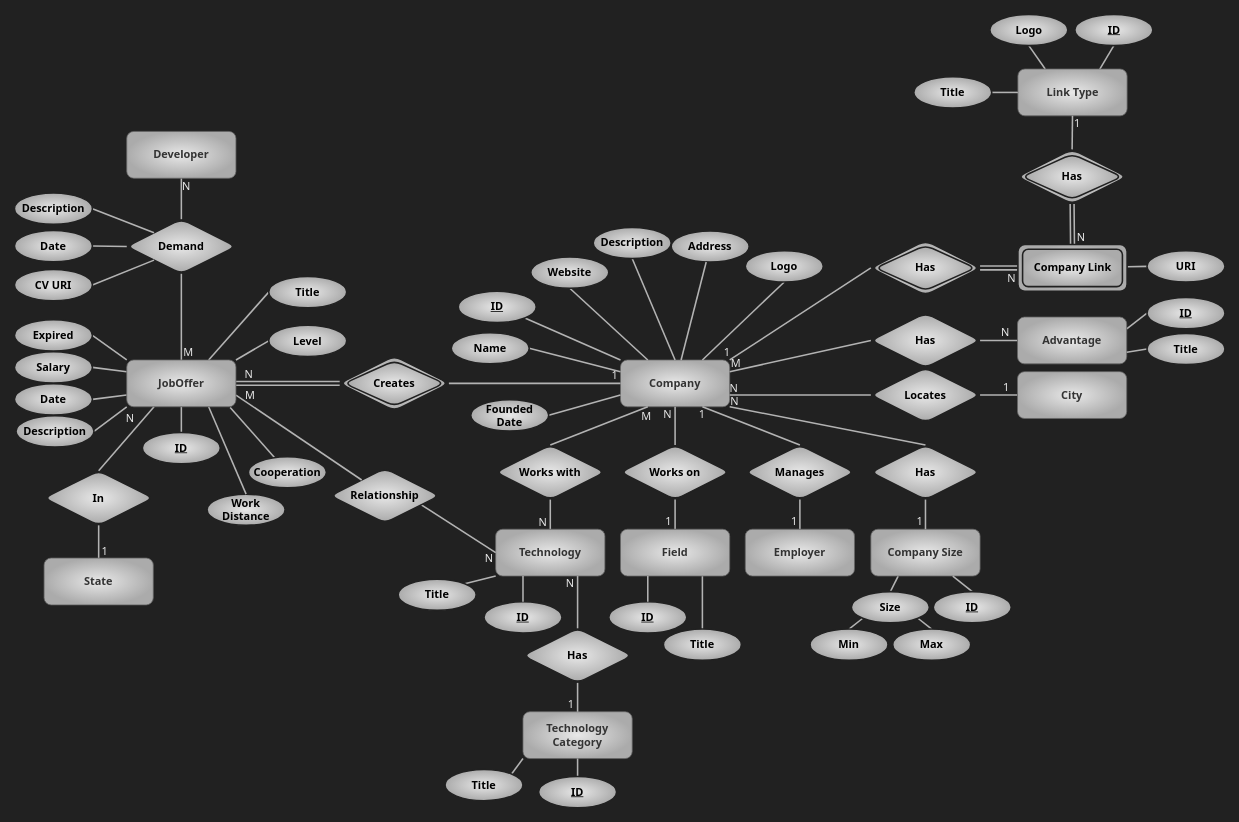
Above: page "magnet" (2 of 5) of assets/er.drawio in kntu-db/quera-norm (draw.io), before the change. Source tidied: cells renumbered, new cells numbered last; positions are measured from the earlier drawing's top-left corner, leaving out a move shared by most shapes. Both pictures are drawn from the tidied source at 78%, with x=0, y=0 at pixel (14, 14).
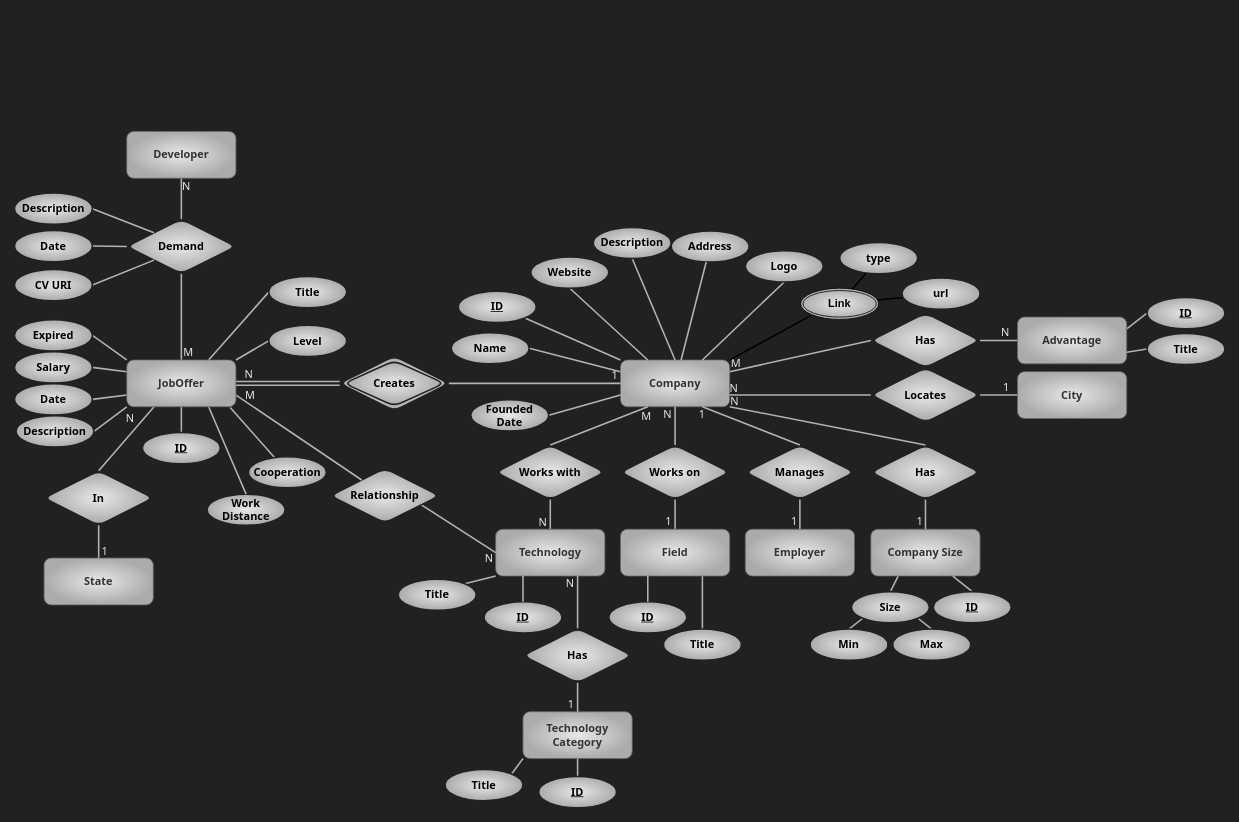
After the change.

Commit message (it also covers changes not shown here):
Link type is enum so linkType entity should be removed

The change refers to these unchanged cells:
```xml
<mxCell id="23" value="Company" style="whiteSpace=wrap;html=1;align=center;fontFamily=Tahoma;rounded=1;fillColor=#E8E8E8;strokeColor=#666666;fontColor=#333333;gradientColor=#ABABAB;gradientDirection=radial;fontSize=14;labelBackgroundColor=none;fontStyle=1;" parent="1" vertex="1">
  <mxGeometry x="777" y="443" width="140" height="60" as="geometry" />
</mxCell>
```

Diff of the diagram source:
```diff
@@
-    <mxCell id="43" style="endArrow=none;html=1;rounded=0;shadow=0;sketch=0;fontFamily=Tahoma;fontSize=14;fontColor=#E8E8E8;strokeWidth=2;fillColor=none;strokeColor=#B3B3B3;entryX=1;entryY=0;entryDx=0;entryDy=0;exitX=0;exitY=0.5;exitDx=0;exitDy=0;" parent="1" edge="1" target="23">
-      <mxGeometry relative="1" as="geometry">
-        <mxPoint x="1098" y="325" as="sourcePoint" />
-      </mxGeometry>
-    </mxCell>
-    <mxCell id="44" value="1" style="html=1;align=right;verticalAlign=bottom;rounded=1;shadow=0;glass=0;labelBackgroundColor=none;labelBorderColor=none;fontFamily=Tahoma;fontSize=14;fontColor=#E8E8E8;strokeColor=#3D3D3D;strokeWidth=1;fillColor=#E8E8E8;gradientColor=#ABABAB;gradientDirection=radial;" parent="43" vertex="1">
-      <mxGeometry x="1" relative="1" as="geometry">
-        <mxPoint x="1" y="1" as="offset" />
-      </mxGeometry>
-    </mxCell>
-    <mxCell id="45" style="endArrow=none;html=1;rounded=1;fontFamily=Tahoma;fontSize=14;fontColor=#000000;strokeWidth=2;sketch=0;shadow=0;fillColor=none;strokeColor=#B3B3B3;entryX=0;entryY=0.5;entryDx=0;entryDy=0;" parent="1" edge="1" source="132" target="48">
-      <mxGeometry relative="1" as="geometry" />
-    </mxCell>
-    <mxCell id="46" style="endArrow=none;html=1;rounded=0;shadow=0;sketch=0;fontFamily=Tahoma;fontSize=14;fontColor=#E8E8E8;strokeWidth=2;fillColor=none;strokeColor=#B3B3B3;exitX=1;exitY=0.5;exitDx=0;exitDy=0;entryX=0;entryY=0.5;entryDx=0;entryDy=0;shape=link;" parent="1" edge="1" source="134" target="132">
-      <mxGeometry relative="1" as="geometry" />
-    </mxCell>
-    <mxCell id="47" value="N" style="html=1;align=right;verticalAlign=bottom;rounded=1;shadow=0;glass=0;labelBackgroundColor=none;labelBorderColor=none;fontFamily=Tahoma;fontSize=14;fontColor=#E8E8E8;strokeColor=#3D3D3D;strokeWidth=1;fillColor=#E8E8E8;gradientColor=#ABABAB;gradientDirection=radial;" parent="46" vertex="1">
-      <mxGeometry x="1" relative="1" as="geometry">
-        <mxPoint x="-3" y="23" as="offset" />
-      </mxGeometry>
-    </mxCell>
-    <mxCell id="48" value="URI" style="ellipse;whiteSpace=wrap;html=1;align=center;rounded=1;labelBackgroundColor=none;fontFamily=Tahoma;fontSize=14;fontColor=#000000;strokeColor=#212121;strokeWidth=2;fillColor=#E8E8E8;gradientColor=#ABABAB;gradientDirection=radial;fontStyle=1;" parent="1" vertex="1">
-      <mxGeometry x="1452" y="303" width="100" height="40" as="geometry" />
-    </mxCell>
@@
-    <mxCell id="90" style="edgeStyle=none;html=1;exitX=0.25;exitY=0;exitDx=0;exitDy=0;entryX=0.5;entryY=1;entryDx=0;entryDy=0;strokeWidth=2;endArrow=none;endFill=0;strokeColor=#B3B3B3;" parent="1" edge="1" source="92" target="95">
-      <mxGeometry relative="1" as="geometry" />
-    </mxCell>
-    <mxCell id="91" style="edgeStyle=none;html=1;exitX=0.75;exitY=0;exitDx=0;exitDy=0;entryX=0.5;entryY=1;entryDx=0;entryDy=0;endArrow=none;endFill=0;strokeColor=#B3B3B3;strokeWidth=2;" parent="1" edge="1" source="92" target="96">
-      <mxGeometry relative="1" as="geometry" />
-    </mxCell>
-    <mxCell id="92" value="Link Type" style="whiteSpace=wrap;html=1;align=center;fontFamily=Tahoma;rounded=1;fillColor=#E8E8E8;strokeColor=#666666;fontColor=#333333;gradientColor=#ABABAB;gradientDirection=radial;fontSize=14;labelBackgroundColor=none;fontStyle=1;" parent="1" vertex="1">
-      <mxGeometry x="1286.5" y="70" width="140" height="60" as="geometry" />
-    </mxCell>
-    <mxCell id="93" style="endArrow=none;html=1;rounded=0;shadow=0;sketch=0;fontFamily=Tahoma;fontSize=14;fontColor=#E8E8E8;strokeWidth=2;fillColor=none;strokeColor=#B3B3B3;exitX=0.5;exitY=1;exitDx=0;exitDy=0;entryX=0.5;entryY=0;entryDx=0;entryDy=0;shape=link;" parent="1" edge="1" target="132">
-      <mxGeometry relative="1" as="geometry">
-        <mxPoint x="1356" y="243" as="sourcePoint" />
-      </mxGeometry>
-    </mxCell>
-    <mxCell id="94" value="N" style="html=1;align=right;verticalAlign=bottom;rounded=1;shadow=0;glass=0;labelBackgroundColor=none;labelBorderColor=none;fontFamily=Tahoma;fontSize=14;fontColor=#E8E8E8;strokeColor=#3D3D3D;strokeWidth=1;fillColor=#E8E8E8;gradientColor=#ABABAB;gradientDirection=radial;" parent="93" vertex="1">
-      <mxGeometry x="1" relative="1" as="geometry">
-        <mxPoint x="17" y="1" as="offset" />
-      </mxGeometry>
-    </mxCell>
-    <mxCell id="95" value="Logo" style="ellipse;whiteSpace=wrap;html=1;align=center;rounded=1;labelBackgroundColor=none;fontFamily=Tahoma;fontSize=14;fontColor=#000000;strokeColor=#212121;strokeWidth=2;fillColor=#E8E8E8;gradientColor=#ABABAB;gradientDirection=radial;fontStyle=1;" parent="1" vertex="1">
-      <mxGeometry x="1250.5" width="100" height="40" as="geometry" />
-    </mxCell>
-    <mxCell id="96" value="ID" style="ellipse;whiteSpace=wrap;html=1;align=center;rounded=1;labelBackgroundColor=none;fontFamily=Tahoma;fontSize=14;fontColor=#000000;strokeColor=#212121;strokeWidth=2;fillColor=#E8E8E8;gradientColor=#ABABAB;gradientDirection=radial;fontStyle=5;" parent="1" vertex="1">
-      <mxGeometry x="1359.5" width="100" height="40" as="geometry" />
-    </mxCell>
@@
-    <mxCell id="110" style="endArrow=none;html=1;rounded=0;shadow=0;sketch=0;fontFamily=Tahoma;fontSize=14;fontColor=#E8E8E8;strokeWidth=2;fillColor=none;strokeColor=#B3B3B3;exitX=0.5;exitY=0;exitDx=0;exitDy=0;entryX=0.5;entryY=1;entryDx=0;entryDy=0;" parent="1" edge="1" target="92">
-      <mxGeometry relative="1" as="geometry">
-        <mxPoint x="1356" y="173" as="sourcePoint" />
-      </mxGeometry>
-    </mxCell>
-    <mxCell id="111" value="1" style="html=1;align=right;verticalAlign=bottom;rounded=1;shadow=0;glass=0;labelBackgroundColor=none;labelBorderColor=none;fontFamily=Tahoma;fontSize=14;fontColor=#E8E8E8;strokeColor=#3D3D3D;strokeWidth=1;fillColor=#E8E8E8;gradientColor=#ABABAB;gradientDirection=radial;" parent="110" vertex="1">
-      <mxGeometry x="1" relative="1" as="geometry">
-        <mxPoint x="11" y="20" as="offset" />
-      </mxGeometry>
-    </mxCell>
@@
-    <mxCell id="132" value="Company Link" style="shape=ext;margin=3;double=1;whiteSpace=wrap;html=1;align=center;rounded=1;labelBackgroundColor=none;fontFamily=Tahoma;fontSize=14;fontColor=#000000;fillColor=#E8E8E8;gradientColor=#ABABAB;gradientDirection=radial;fontStyle=1;strokeColor=#212121;strokeWidth=2;glass=0;" parent="1" vertex="1">
-      <mxGeometry x="1286.5" y="295" width="140" height="60" as="geometry" />
-    </mxCell>
-    <mxCell id="133" value="Has" style="shape=rhombus;double=1;perimeter=rhombusPerimeter;whiteSpace=wrap;html=1;align=center;rounded=1;labelBackgroundColor=none;fontFamily=Tahoma;fontSize=14;fontColor=#000000;strokeColor=#212121;strokeWidth=2;fillColor=#E8E8E8;gradientColor=#ABABAB;gradientDirection=radial;fontStyle=1;" parent="1" vertex="1">
-      <mxGeometry x="1286" y="173" width="140" height="70" as="geometry" />
-    </mxCell>
-    <mxCell id="134" value="Has" style="shape=rhombus;double=1;perimeter=rhombusPerimeter;whiteSpace=wrap;html=1;align=center;rounded=1;labelBackgroundColor=none;fontFamily=Tahoma;fontSize=14;fontColor=#000000;strokeColor=#212121;strokeWidth=2;fillColor=#E8E8E8;gradientColor=#ABABAB;gradientDirection=radial;fontStyle=1;" parent="1" vertex="1">
-      <mxGeometry x="1098" y="290" width="140" height="70" as="geometry" />
-    </mxCell>
@@
-    <mxCell id="148" style="edgeStyle=none;html=1;exitX=1;exitY=0.5;exitDx=0;exitDy=0;entryX=0;entryY=0.5;entryDx=0;entryDy=0;endArrow=none;endFill=0;strokeColor=#B3B3B3;strokeWidth=2;" parent="1" edge="1" source="149" target="92">
-      <mxGeometry relative="1" as="geometry" />
-    </mxCell>
-    <mxCell id="149" value="Title" style="ellipse;whiteSpace=wrap;html=1;align=center;rounded=1;labelBackgroundColor=none;fontFamily=Tahoma;fontSize=14;fontColor=#000000;strokeColor=#212121;strokeWidth=2;fillColor=#E8E8E8;gradientColor=#ABABAB;gradientDirection=radial;fontStyle=1;" parent="1" vertex="1">
-      <mxGeometry x="1153" y="80" width="100" height="40" as="geometry" />
-    </mxCell>
+    <mxCell id="150" style="edgeStyle=none;html=1;exitX=0;exitY=1;exitDx=0;exitDy=0;entryX=1;entryY=0;entryDx=0;entryDy=0;endArrow=none;endFill=0;strokeWidth=2;" parent="1" edge="1" source="151" target="23">
+      <mxGeometry relative="1" as="geometry" />
+    </mxCell>
+    <mxCell id="151" value="Link" style="ellipse;shape=doubleEllipse;margin=3;whiteSpace=wrap;html=1;align=center;gradientColor=#ABABAB;gradientDirection=radial;fillColor=#E8E8E8;fontSize=14;fontColor=#000000;fontStyle=1;strokeColor=#000000;" parent="1" vertex="1">
+      <mxGeometry x="1008" y="351" width="100" height="40" as="geometry" />
+    </mxCell>
+    <mxCell id="152" style="edgeStyle=none;html=1;endArrow=none;endFill=0;strokeWidth=2;" parent="1" edge="1" source="153" target="151">
+      <mxGeometry relative="1" as="geometry" />
+    </mxCell>
+    <mxCell id="153" value="type" style="ellipse;whiteSpace=wrap;html=1;align=center;rounded=1;labelBackgroundColor=none;fontFamily=Tahoma;fontSize=14;fontColor=#000000;strokeColor=#212121;strokeWidth=2;fillColor=#E8E8E8;gradientColor=#ABABAB;gradientDirection=radial;fontStyle=1;" parent="1" vertex="1">
+      <mxGeometry x="1058" y="292.5" width="100" height="40" as="geometry" />
+    </mxCell>
+    <mxCell id="154" style="edgeStyle=none;html=1;endArrow=none;endFill=0;strokeWidth=2;" parent="1" edge="1" source="155" target="151">
+      <mxGeometry relative="1" as="geometry" />
+    </mxCell>
+    <mxCell id="155" value="url" style="ellipse;whiteSpace=wrap;html=1;align=center;rounded=1;labelBackgroundColor=none;fontFamily=Tahoma;fontSize=14;fontColor=#000000;strokeColor=#212121;strokeWidth=2;fillColor=#E8E8E8;gradientColor=#ABABAB;gradientDirection=radial;fontStyle=1;" parent="1" vertex="1">
+      <mxGeometry x="1138" y="338" width="100" height="40" as="geometry" />
+    </mxCell>
```
